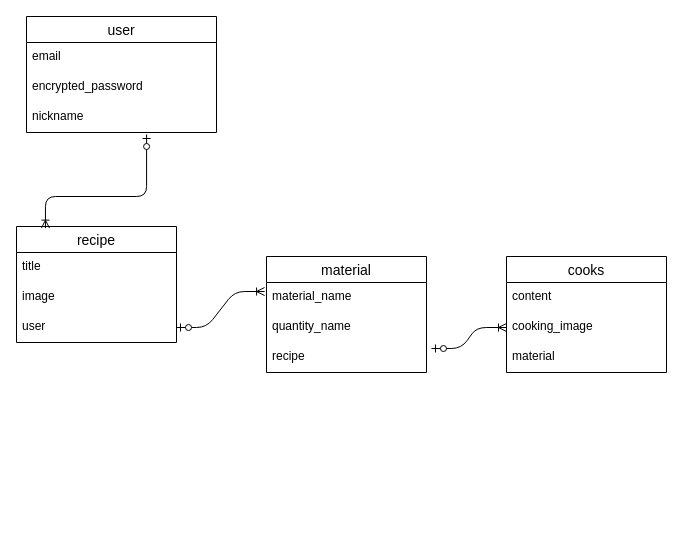
Before: cook-dodo.dio in banana38ruy/cook-dodo, a draw.io diagram. Source tidied: cells renumbered, new cells numbered last; positions are measured from the earlier drawing's top-left corner, leaving out a move shared by most shapes. Both pictures are drawn from the tidied source at 100%, with x=0, y=0 at pixel (16, 16).
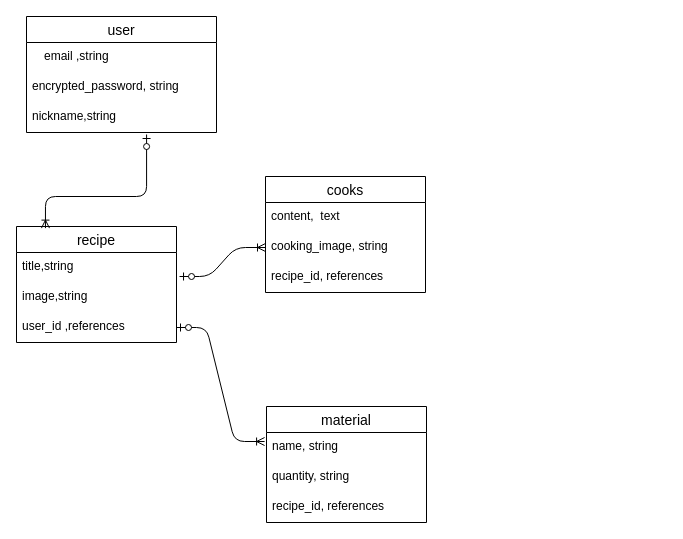
After the change.

Unchanged cells that the change refers to:
```xml
<mxCell id="2" value="user" style="swimlane;fontStyle=0;horizontal=1;startSize=26;align=center;fontSize=14;" parent="1" vertex="1">
  <mxGeometry x="10" width="190" height="116" as="geometry" />
</mxCell>
<mxCell id="6" value="recipe" style="swimlane;fontStyle=0;horizontal=1;startSize=26;align=center;fontSize=14;" parent="1" vertex="1">
  <mxGeometry y="210" width="160" height="116" as="geometry" />
</mxCell>
```

The edit, as a diff of the source:
```diff
@@
-    <mxCell id="3" value="email&#10;" style="text;strokeColor=none;fillColor=none;spacingLeft=4;spacingRight=4;overflow=hidden;fontSize=12;" parent="2" vertex="1">
+    <mxCell id="3" value="　email ,string &#10;&#10;" style="text;strokeColor=none;fillColor=none;spacingLeft=4;spacingRight=4;overflow=hidden;fontSize=12;" parent="2" vertex="1">
       <mxGeometry y="26" width="190" height="30" as="geometry" />
     </mxCell>
-    <mxCell id="4" value="encrypted_password&#10;" style="text;strokeColor=none;fillColor=none;spacingLeft=4;spacingRight=4;overflow=hidden;fontSize=12;" parent="2" vertex="1">
+    <mxCell id="4" value="encrypted_password, string&#10;" style="text;strokeColor=none;fillColor=none;spacingLeft=4;spacingRight=4;overflow=hidden;fontSize=12;" parent="2" vertex="1">
       <mxGeometry y="56" width="190" height="30" as="geometry" />
     </mxCell>
-    <mxCell id="5" value="nickname&#10;" style="text;strokeColor=none;fillColor=none;spacingLeft=4;spacingRight=4;overflow=hidden;points=[[0,0.5],[1,0.5]];portConstraint=eastwest;fontSize=12;" parent="2" vertex="1">
+    <mxCell id="5" value="nickname,string&#10;" style="text;strokeColor=none;fillColor=none;spacingLeft=4;spacingRight=4;overflow=hidden;points=[[0,0.5],[1,0.5]];portConstraint=eastwest;fontSize=12;" parent="2" vertex="1">
       <mxGeometry y="86" width="190" height="30" as="geometry" />
     </mxCell>
@@
-    <mxCell id="7" value="title" style="text;strokeColor=none;fillColor=none;spacingLeft=4;spacingRight=4;overflow=hidden;points=[[0,0.5],[1,0.5]];portConstraint=eastwest;fontSize=12;" parent="6" vertex="1">
+    <mxCell id="7" value="title,string" style="text;strokeColor=none;fillColor=none;spacingLeft=4;spacingRight=4;overflow=hidden;points=[[0,0.5],[1,0.5]];portConstraint=eastwest;fontSize=12;" parent="6" vertex="1">
       <mxGeometry y="26" width="160" height="30" as="geometry" />
     </mxCell>
-    <mxCell id="8" value="image" style="text;strokeColor=none;fillColor=none;spacingLeft=4;spacingRight=4;overflow=hidden;fontSize=12;" parent="6" vertex="1">
+    <mxCell id="8" value="image,string" style="text;strokeColor=none;fillColor=none;spacingLeft=4;spacingRight=4;overflow=hidden;fontSize=12;" parent="6" vertex="1">
       <mxGeometry y="56" width="160" height="30" as="geometry" />
     </mxCell>
-    <mxCell id="9" value="user" style="text;strokeColor=none;fillColor=none;spacingLeft=4;spacingRight=4;overflow=hidden;points=[[0,0.5],[1,0.5]];portConstraint=eastwest;fontSize=12;" parent="6" vertex="1">
+    <mxCell id="9" value="user_id ,references" style="text;strokeColor=none;fillColor=none;spacingLeft=4;spacingRight=4;overflow=hidden;points=[[0,0.5],[1,0.5]];portConstraint=eastwest;fontSize=12;" parent="6" vertex="1">
       <mxGeometry y="86" width="160" height="30" as="geometry" />
     </mxCell>
     <mxCell id="10" value="material" style="swimlane;fontStyle=0;horizontal=1;startSize=26;align=center;fontSize=14;" parent="1" vertex="1">
-      <mxGeometry x="250" y="240" width="160" height="116" as="geometry" />
+      <mxGeometry x="250" y="390" width="160" height="116" as="geometry" />
     </mxCell>
-    <mxCell id="11" value="material_name" style="text;strokeColor=none;fillColor=none;spacingLeft=4;spacingRight=4;overflow=hidden;points=[[0,0.5],[1,0.5]];portConstraint=eastwest;fontSize=12;" parent="10" vertex="1">
+    <mxCell id="11" value="name, string" style="text;strokeColor=none;fillColor=none;spacingLeft=4;spacingRight=4;overflow=hidden;points=[[0,0.5],[1,0.5]];portConstraint=eastwest;fontSize=12;" parent="10" vertex="1">
       <mxGeometry y="26" width="160" height="30" as="geometry" />
     </mxCell>
-    <mxCell id="12" value="quantity_name" style="text;strokeColor=none;fillColor=none;spacingLeft=4;spacingRight=4;overflow=hidden;fontSize=12;" parent="10" vertex="1">
+    <mxCell id="12" value="quantity, string" style="text;strokeColor=none;fillColor=none;spacingLeft=4;spacingRight=4;overflow=hidden;fontSize=12;" parent="10" vertex="1">
       <mxGeometry y="56" width="160" height="30" as="geometry" />
     </mxCell>
-    <mxCell id="13" value="recipe" style="text;strokeColor=none;fillColor=none;spacingLeft=4;spacingRight=4;overflow=hidden;points=[[0,0.5],[1,0.5]];portConstraint=eastwest;fontSize=12;" parent="10" vertex="1">
+    <mxCell id="13" value="recipe_id, references" style="text;strokeColor=none;fillColor=none;spacingLeft=4;spacingRight=4;overflow=hidden;points=[[0,0.5],[1,0.5]];portConstraint=eastwest;fontSize=12;" parent="10" vertex="1">
       <mxGeometry y="86" width="160" height="30" as="geometry" />
     </mxCell>
     <mxCell id="14" value="cooks" style="swimlane;fontStyle=0;horizontal=1;startSize=26;align=center;fontSize=14;" parent="1" vertex="1">
-      <mxGeometry x="490" y="240" width="160" height="116" as="geometry" />
+      <mxGeometry x="249" y="160" width="160" height="116" as="geometry" />
     </mxCell>
-    <mxCell id="15" value="content" style="text;strokeColor=none;fillColor=none;spacingLeft=4;spacingRight=4;overflow=hidden;fontSize=12;" parent="14" vertex="1">
+    <mxCell id="15" value="content,  text" style="text;strokeColor=none;fillColor=none;spacingLeft=4;spacingRight=4;overflow=hidden;fontSize=12;" parent="14" vertex="1">
       <mxGeometry y="26" width="160" height="30" as="geometry" />
     </mxCell>
-    <mxCell id="16" value="cooking_image" style="text;strokeColor=none;fillColor=none;spacingLeft=4;spacingRight=4;overflow=hidden;points=[[0,0.5],[1,0.5]];portConstraint=eastwest;fontSize=12;" parent="14" vertex="1">
+    <mxCell id="16" value="cooking_image, string" style="text;strokeColor=none;fillColor=none;spacingLeft=4;spacingRight=4;overflow=hidden;points=[[0,0.5],[1,0.5]];portConstraint=eastwest;fontSize=12;" parent="14" vertex="1">
       <mxGeometry y="56" width="160" height="30" as="geometry" />
     </mxCell>
-    <mxCell id="17" value="material" style="text;strokeColor=none;fillColor=none;spacingLeft=4;spacingRight=4;overflow=hidden;fontSize=12;" parent="14" vertex="1">
+    <mxCell id="17" value="recipe_id, references" style="text;strokeColor=none;fillColor=none;spacingLeft=4;spacingRight=4;overflow=hidden;fontSize=12;" parent="14" vertex="1">
       <mxGeometry y="86" width="160" height="30" as="geometry" />
     </mxCell>
@@
-    <mxCell id="20" style="edgeStyle=entityRelationEdgeStyle;fontSize=12;html=1;endArrow=ERoneToMany;startArrow=ERzeroToOne;entryX=0;entryY=0.5;entryDx=0;entryDy=0;exitX=1.031;exitY=0.2;exitDx=0;exitDy=0;exitPerimeter=0;" parent="1" edge="1" source="13" target="16">
+    <mxCell id="20" style="edgeStyle=entityRelationEdgeStyle;fontSize=12;html=1;endArrow=ERoneToMany;startArrow=ERzeroToOne;exitX=1.019;exitY=0.8;exitDx=0;exitDy=0;exitPerimeter=0;entryX=0;entryY=0.5;entryDx=0;entryDy=0;" parent="1" edge="1" source="7" target="16">
       <mxGeometry relative="1" as="geometry" />
     </mxCell>
```
